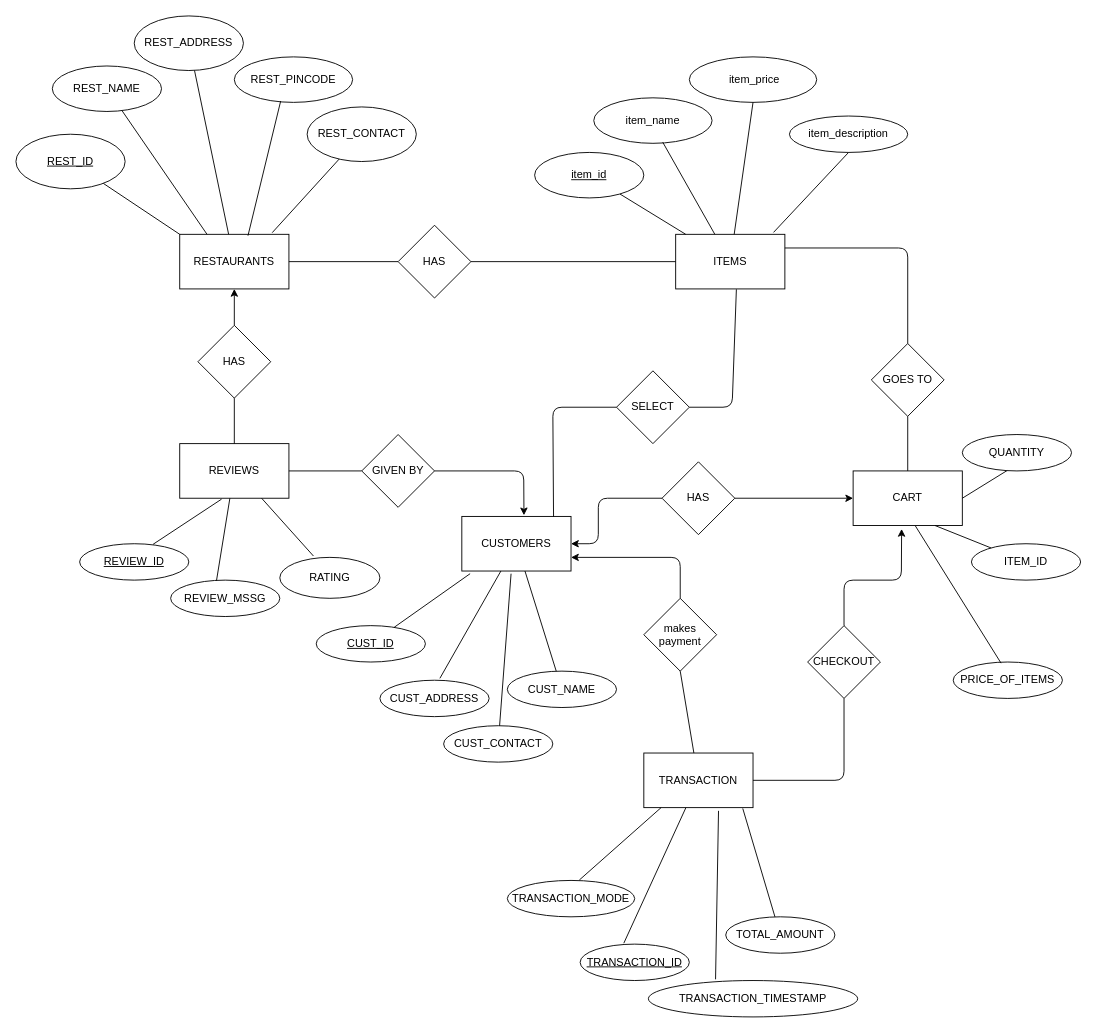
veena-02/dbms_ERdiagram_restaurantPortal keeps this draw.io diagram as restaurant_aggregator ER diagram.drawio. Above is the earlier version. Source tidied: cells renumbered, new cells numbered last; positions are measured from the earlier drawing's top-left corner, leaving out a move shared by most shapes. Both pictures are drawn from the tidied source at 91%, with x=0, y=0 at pixel (15, 15).
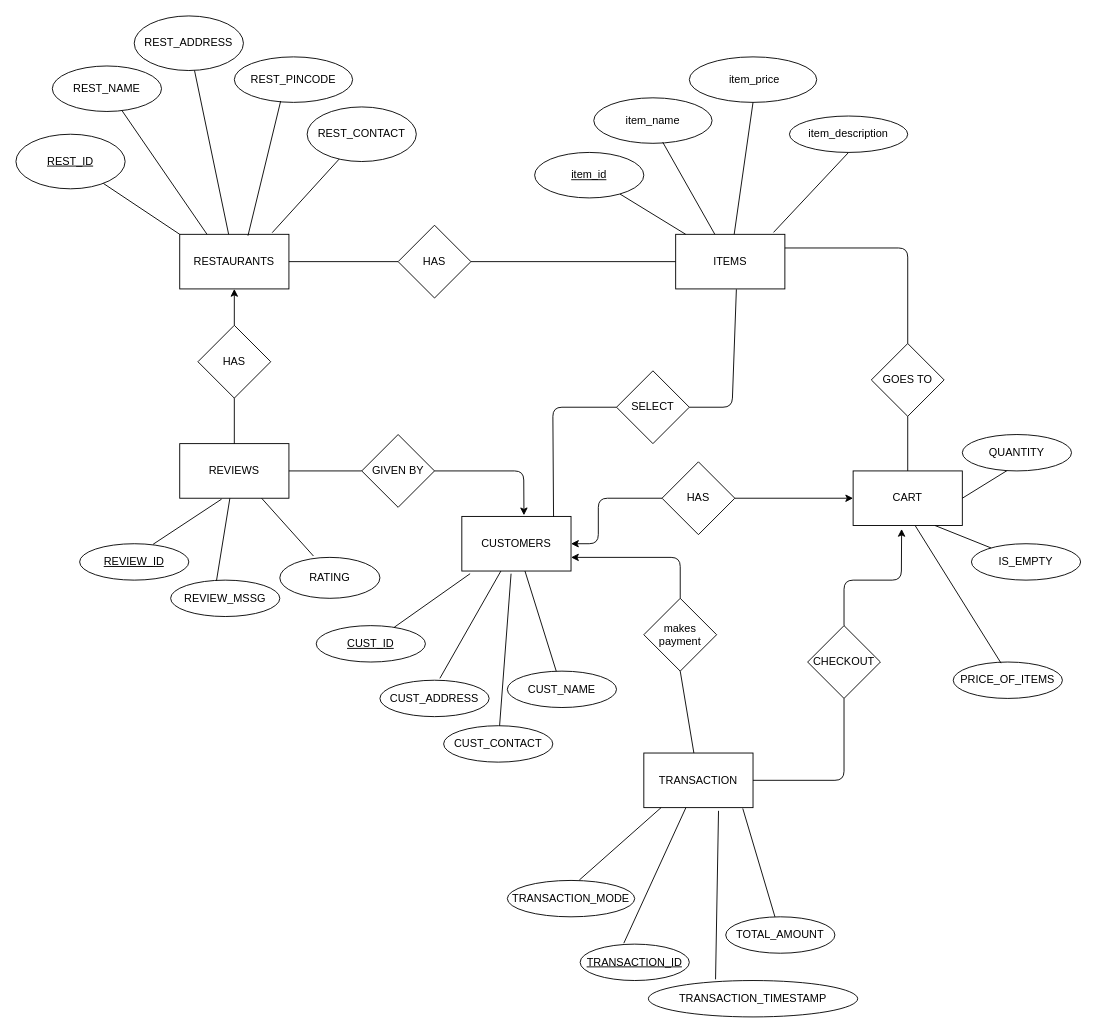
The same page after the edit.

What changed in the source:
```diff
@@
-    <mxCell id="55" value="ITEM_ID" style="ellipse;whiteSpace=wrap;html=1;" parent="1" vertex="1">
+    <mxCell id="55" value="IS_EMPTY&lt;br&gt;" style="ellipse;whiteSpace=wrap;html=1;" parent="1" vertex="1">
       <mxGeometry x="1050" y="580" width="120" height="40" as="geometry" />
     </mxCell>
```
